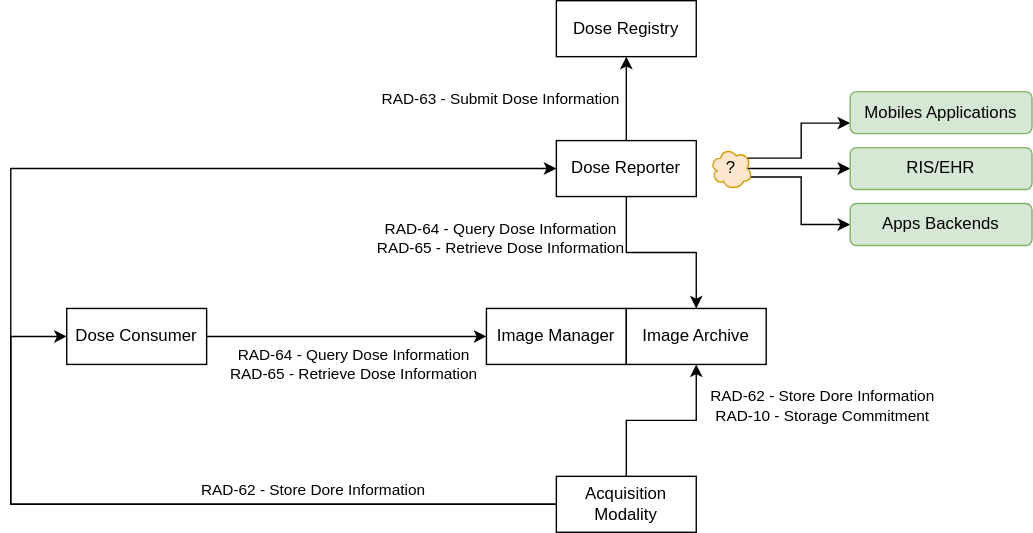
Earlier version of the draw.io export input/images/problem.svg (HL7/fhir-radiation-dose-summary-ig). Source tidied: cells renumbered, new cells last; positions are measured from the earlier drawing's top-left corner, leaving out a move shared by most shapes. Its diagram source:
```xml
<mxGraphModel>
  <root>
    <mxCell id="0" />
    <mxCell id="1" parent="0" />
    <mxCell id="2" value="RAD-64 - Query Dose Information&lt;br&gt;RAD-65 - Retrieve Dose Information" style="edgeStyle=orthogonalEdgeStyle;rounded=0;jettySize=auto;html=1;exitX=0.5;exitY=1;exitDx=0;exitDy=0;entryX=0.5;entryY=0;entryDx=0;entryDy=0;" parent="1" edge="1" source="9" target="11">
      <mxGeometry x="-0.54" y="-90" relative="1" as="geometry" />
    </mxCell>
    <mxCell id="3" value="Image Manager" style="rounded=0;whiteSpace=wrap;html=1;" parent="1" vertex="1">
      <mxGeometry x="340" y="220" width="100" height="40" as="geometry" />
    </mxCell>
    <mxCell id="4" style="edgeStyle=orthogonalEdgeStyle;rounded=0;jettySize=auto;html=1;exitX=1;exitY=0.5;exitDx=0;exitDy=0;entryX=0;entryY=0.5;entryDx=0;entryDy=0;" parent="1" edge="1" source="7" target="9">
      <mxGeometry relative="1" as="geometry">
        <Array as="points">
          <mxPoint y="360" />
          <mxPoint y="120" />
        </Array>
      </mxGeometry>
    </mxCell>
    <mxCell id="5" value="RAD-62 - Store Dore Information&lt;br&gt;RAD-10 - Storage Commitment" style="edgeStyle=orthogonalEdgeStyle;rounded=0;jettySize=auto;html=1;exitX=0.5;exitY=0;exitDx=0;exitDy=0;entryX=0.5;entryY=1;entryDx=0;entryDy=0;" parent="1" edge="1" source="7" target="11">
      <mxGeometry x="0.54" y="-90" relative="1" as="geometry" />
    </mxCell>
    <mxCell id="6" value="RAD-62 - Store Dore Information" style="edgeStyle=orthogonalEdgeStyle;rounded=0;jettySize=auto;html=1;exitX=0;exitY=0.5;exitDx=0;exitDy=0;entryX=0;entryY=0.5;entryDx=0;entryDy=0;" parent="1" edge="1" source="7" target="10">
      <mxGeometry x="-0.37" y="-10" relative="1" as="geometry">
        <Array as="points">
          <mxPoint y="360" />
          <mxPoint y="240" />
        </Array>
      </mxGeometry>
    </mxCell>
    <mxCell id="7" value="Acquisition Modality" style="rounded=0;whiteSpace=wrap;html=1;" parent="1" vertex="1">
      <mxGeometry x="390" y="340" width="100" height="40" as="geometry" />
    </mxCell>
    <mxCell id="8" value="RAD-63 - Submit Dose Information" style="edgeStyle=orthogonalEdgeStyle;rounded=0;jettySize=auto;html=1;exitX=0.5;exitY=0;exitDx=0;exitDy=0;entryX=0.5;entryY=1;entryDx=0;entryDy=0;" parent="1" edge="1" source="9" target="13">
      <mxGeometry y="90" relative="1" as="geometry" />
    </mxCell>
    <mxCell id="9" value="Dose Reporter" style="rounded=0;whiteSpace=wrap;html=1;" parent="1" vertex="1">
      <mxGeometry x="390" y="100" width="100" height="40" as="geometry" />
    </mxCell>
    <mxCell id="10" value="Dose Consumer" style="rounded=0;whiteSpace=wrap;html=1;" parent="1" vertex="1">
      <mxGeometry x="40" y="220" width="100" height="40" as="geometry" />
    </mxCell>
    <mxCell id="11" value="Image Archive" style="rounded=0;whiteSpace=wrap;html=1;" parent="1" vertex="1">
      <mxGeometry x="440" y="220" width="100" height="40" as="geometry" />
    </mxCell>
    <mxCell id="12" value="RAD-64 - Query Dose Information&lt;br&gt;RAD-65 - Retrieve Dose Information" style="edgeStyle=orthogonalEdgeStyle;rounded=0;jettySize=auto;html=1;entryX=0;entryY=0.5;entryDx=0;entryDy=0;exitX=1;exitY=0.5;exitDx=0;exitDy=0;" parent="1" edge="1" source="10" target="3">
      <mxGeometry x="0.05" y="-20" relative="1" as="geometry" />
    </mxCell>
    <mxCell id="13" value="Dose Registry" style="rounded=0;whiteSpace=wrap;html=1;" parent="1" vertex="1">
      <mxGeometry x="390" width="100" height="40" as="geometry" />
    </mxCell>
    <mxCell id="14" style="edgeStyle=orthogonalEdgeStyle;rounded=0;jettySize=auto;html=1;exitX=0.88;exitY=0.25;exitDx=0;exitDy=0;exitPerimeter=0;entryX=0;entryY=0.75;entryDx=0;entryDy=0;" parent="1" edge="1" source="17" target="18">
      <mxGeometry relative="1" as="geometry" />
    </mxCell>
    <mxCell id="15" style="edgeStyle=orthogonalEdgeStyle;rounded=0;jettySize=auto;html=1;exitX=0.875;exitY=0.5;exitDx=0;exitDy=0;exitPerimeter=0;entryX=0;entryY=0.5;entryDx=0;entryDy=0;" parent="1" edge="1" source="17" target="19">
      <mxGeometry relative="1" as="geometry" />
    </mxCell>
    <mxCell id="16" style="edgeStyle=orthogonalEdgeStyle;rounded=0;jettySize=auto;html=1;exitX=0.96;exitY=0.7;exitDx=0;exitDy=0;exitPerimeter=0;entryX=0;entryY=0.5;entryDx=0;entryDy=0;" parent="1" edge="1" source="17" target="20">
      <mxGeometry relative="1" as="geometry" />
    </mxCell>
    <mxCell id="17" value="?" style="ellipse;shape=cloud;whiteSpace=wrap;html=1;fillColor=#ffe6cc;strokeColor=#d79b00;" parent="1" vertex="1">
      <mxGeometry x="500" y="105" width="30" height="30" as="geometry" />
    </mxCell>
    <mxCell id="18" value="Mobiles Applications" style="rounded=1;whiteSpace=wrap;html=1;fillColor=#d5e8d4;strokeColor=#82b366;" parent="1" vertex="1">
      <mxGeometry x="600" y="65" width="130" height="30" as="geometry" />
    </mxCell>
    <mxCell id="19" value="RIS/EHR" style="rounded=1;whiteSpace=wrap;html=1;fillColor=#d5e8d4;strokeColor=#82b366;" parent="1" vertex="1">
      <mxGeometry x="600" y="105" width="130" height="30" as="geometry" />
    </mxCell>
    <mxCell id="20" value="Apps Backends" style="rounded=1;whiteSpace=wrap;html=1;fillColor=#d5e8d4;strokeColor=#82b366;" parent="1" vertex="1">
      <mxGeometry x="600" y="145" width="130" height="30" as="geometry" />
    </mxCell>
  </root>
</mxGraphModel>
```
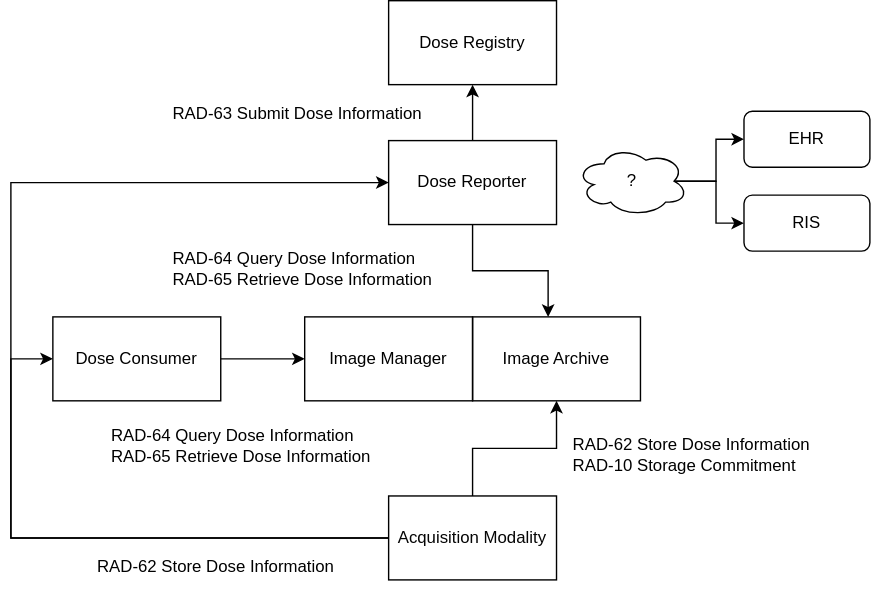
Above is the later version.

What changed in the source:
```diff
@@ -2,72 +2,81 @@
   <root>
     <mxCell id="0" />
     <mxCell id="1" parent="0" />
+    <mxCell id="13" value="&lt;font color=&quot;#000000&quot;&gt;Dose Registry&lt;/font&gt;" style="rounded=0;whiteSpace=wrap;html=1;fillColor=none;strokeColor=#000000;" parent="1" vertex="1">
+      <mxGeometry x="770" y="60" width="120" height="60" as="geometry" />
+    </mxCell>
+    <mxCell id="8" style="edgeStyle=orthogonalEdgeStyle;rounded=0;jettySize=auto;html=1;exitX=0.5;exitY=0;exitDx=0;exitDy=0;entryX=0.5;entryY=1;entryDx=0;entryDy=0;strokeColor=#000000;" parent="1" edge="1" source="9" target="13">
+      <mxGeometry relative="1" as="geometry" />
+    </mxCell>
-    <mxCell id="2" value="RAD-64 - Query Dose Information&lt;br&gt;RAD-65 - Retrieve Dose Information" style="edgeStyle=orthogonalEdgeStyle;rounded=0;jettySize=auto;html=1;exitX=0.5;exitY=1;exitDx=0;exitDy=0;entryX=0.5;entryY=0;entryDx=0;entryDy=0;" parent="1" edge="1" source="9" target="11">
-      <mxGeometry x="-0.54" y="-90" relative="1" as="geometry" />
+    <mxCell id="2" style="edgeStyle=orthogonalEdgeStyle;rounded=0;jettySize=auto;html=1;exitX=0.5;exitY=1;exitDx=0;exitDy=0;entryX=0.45;entryY=0;entryDx=0;entryDy=0;entryPerimeter=0;strokeColor=#000000;" parent="1" edge="1" source="9" target="11">
+      <mxGeometry relative="1" as="geometry" />
     </mxCell>
+    <mxCell id="9" value="&lt;font color=&quot;#000000&quot;&gt;Dose Reporter&lt;/font&gt;" style="rounded=0;whiteSpace=wrap;html=1;fillColor=none;strokeColor=#000000;" parent="1" vertex="1">
+      <mxGeometry x="770" y="160" width="120" height="60" as="geometry" />
+    </mxCell>
-    <mxCell id="3" value="Image Manager" style="rounded=0;whiteSpace=wrap;html=1;" parent="1" vertex="1">
-      <mxGeometry x="340" y="220" width="100" height="40" as="geometry" />
+    <mxCell id="3" value="&lt;font color=&quot;#000000&quot;&gt;Image Manager&lt;/font&gt;" style="rounded=0;whiteSpace=wrap;html=1;fillColor=none;strokeColor=#000000;" parent="1" vertex="1">
+      <mxGeometry x="710" y="286" width="120" height="60" as="geometry" />
     </mxCell>
+    <mxCell id="11" value="&lt;font color=&quot;#000000&quot;&gt;Image Archive&lt;/font&gt;" style="rounded=0;whiteSpace=wrap;html=1;fillColor=none;strokeColor=#000000;" parent="1" vertex="1">
+      <mxGeometry x="830" y="286" width="120" height="60" as="geometry" />
+    </mxCell>
+    <mxCell id="12" style="edgeStyle=orthogonalEdgeStyle;rounded=0;jettySize=auto;html=1;exitX=1;exitY=0.5;exitDx=0;exitDy=0;entryX=0;entryY=0.5;entryDx=0;entryDy=0;strokeColor=#000000;" parent="1" edge="1" source="10" target="3">
+      <mxGeometry relative="1" as="geometry" />
+    </mxCell>
+    <mxCell id="10" value="&lt;font color=&quot;#000000&quot;&gt;Dose Consumer&lt;/font&gt;" style="rounded=0;whiteSpace=wrap;html=1;fillColor=none;strokeColor=#000000;" parent="1" vertex="1">
+      <mxGeometry x="530" y="286" width="120" height="60" as="geometry" />
+    </mxCell>
+    <mxCell id="6" style="edgeStyle=orthogonalEdgeStyle;rounded=0;jettySize=auto;html=1;exitX=0;exitY=0.5;exitDx=0;exitDy=0;entryX=0;entryY=0.5;entryDx=0;entryDy=0;strokeColor=#000000;" parent="1" edge="1" source="7" target="10">
+      <mxGeometry relative="1" as="geometry">
+        <Array as="points">
+          <mxPoint x="500" y="444" />
+          <mxPoint x="500" y="316" />
+        </Array>
+      </mxGeometry>
+    </mxCell>
-    <mxCell id="4" style="edgeStyle=orthogonalEdgeStyle;rounded=0;jettySize=auto;html=1;exitX=1;exitY=0.5;exitDx=0;exitDy=0;entryX=0;entryY=0.5;entryDx=0;entryDy=0;" parent="1" edge="1" source="7" target="9">
+    <mxCell id="4" style="edgeStyle=orthogonalEdgeStyle;rounded=0;jettySize=auto;html=1;entryX=0;entryY=0.5;entryDx=0;entryDy=0;exitX=0;exitY=0.5;exitDx=0;exitDy=0;strokeColor=#000000;" parent="1" edge="1" source="7" target="9">
       <mxGeometry relative="1" as="geometry">
         <Array as="points">
-          <mxPoint y="360" />
-          <mxPoint y="120" />
+          <mxPoint x="500" y="444" />
+          <mxPoint x="500" y="190" />
         </Array>
       </mxGeometry>
     </mxCell>
-    <mxCell id="5" value="RAD-62 - Store Dore Information&lt;br&gt;RAD-10 - Storage Commitment" style="edgeStyle=orthogonalEdgeStyle;rounded=0;jettySize=auto;html=1;exitX=0.5;exitY=0;exitDx=0;exitDy=0;entryX=0.5;entryY=1;entryDx=0;entryDy=0;" parent="1" edge="1" source="7" target="11">
-      <mxGeometry x="0.54" y="-90" relative="1" as="geometry" />
+    <mxCell id="5" style="edgeStyle=orthogonalEdgeStyle;rounded=0;jettySize=auto;html=1;exitX=0.5;exitY=0;exitDx=0;exitDy=0;entryX=0.5;entryY=1;entryDx=0;entryDy=0;strokeColor=#000000;" parent="1" edge="1" source="7" target="11">
+      <mxGeometry relative="1" as="geometry" />
     </mxCell>
-    <mxCell id="6" value="RAD-62 - Store Dore Information" style="edgeStyle=orthogonalEdgeStyle;rounded=0;jettySize=auto;html=1;exitX=0;exitY=0.5;exitDx=0;exitDy=0;entryX=0;entryY=0.5;entryDx=0;entryDy=0;" parent="1" edge="1" source="7" target="10">
-      <mxGeometry x="-0.37" y="-10" relative="1" as="geometry">
-        <Array as="points">
-          <mxPoint y="360" />
-          <mxPoint y="240" />
-        </Array>
-      </mxGeometry>
-    </mxCell>
-    <mxCell id="7" value="Acquisition Modality" style="rounded=0;whiteSpace=wrap;html=1;" parent="1" vertex="1">
-      <mxGeometry x="390" y="340" width="100" height="40" as="geometry" />
+    <mxCell id="7" value="&lt;font color=&quot;#050505&quot;&gt;Acquisition Modality&lt;/font&gt;" style="rounded=0;whiteSpace=wrap;html=1;fillColor=none;strokeColor=#000000;" parent="1" vertex="1">
+      <mxGeometry x="770" y="414" width="120" height="60" as="geometry" />
     </mxCell>
-    <mxCell id="8" value="RAD-63 - Submit Dose Information" style="edgeStyle=orthogonalEdgeStyle;rounded=0;jettySize=auto;html=1;exitX=0.5;exitY=0;exitDx=0;exitDy=0;entryX=0.5;entryY=1;entryDx=0;entryDy=0;" parent="1" edge="1" source="9" target="13">
-      <mxGeometry y="90" relative="1" as="geometry" />
-    </mxCell>
-    <mxCell id="9" value="Dose Reporter" style="rounded=0;whiteSpace=wrap;html=1;" parent="1" vertex="1">
-      <mxGeometry x="390" y="100" width="100" height="40" as="geometry" />
-    </mxCell>
-    <mxCell id="10" value="Dose Consumer" style="rounded=0;whiteSpace=wrap;html=1;" parent="1" vertex="1">
-      <mxGeometry x="40" y="220" width="100" height="40" as="geometry" />
-    </mxCell>
-    <mxCell id="11" value="Image Archive" style="rounded=0;whiteSpace=wrap;html=1;" parent="1" vertex="1">
-      <mxGeometry x="440" y="220" width="100" height="40" as="geometry" />
-    </mxCell>
-    <mxCell id="12" value="RAD-64 - Query Dose Information&lt;br&gt;RAD-65 - Retrieve Dose Information" style="edgeStyle=orthogonalEdgeStyle;rounded=0;jettySize=auto;html=1;entryX=0;entryY=0.5;entryDx=0;entryDy=0;exitX=1;exitY=0.5;exitDx=0;exitDy=0;" parent="1" edge="1" source="10" target="3">
-      <mxGeometry x="0.05" y="-20" relative="1" as="geometry" />
-    </mxCell>
-    <mxCell id="13" value="Dose Registry" style="rounded=0;whiteSpace=wrap;html=1;" parent="1" vertex="1">
-      <mxGeometry x="390" width="100" height="40" as="geometry" />
-    </mxCell>
-    <mxCell id="14" style="edgeStyle=orthogonalEdgeStyle;rounded=0;jettySize=auto;html=1;exitX=0.88;exitY=0.25;exitDx=0;exitDy=0;exitPerimeter=0;entryX=0;entryY=0.75;entryDx=0;entryDy=0;" parent="1" edge="1" source="17" target="18">
-      <mxGeometry relative="1" as="geometry" />
-    </mxCell>
-    <mxCell id="15" style="edgeStyle=orthogonalEdgeStyle;rounded=0;jettySize=auto;html=1;exitX=0.875;exitY=0.5;exitDx=0;exitDy=0;exitPerimeter=0;entryX=0;entryY=0.5;entryDx=0;entryDy=0;" parent="1" edge="1" source="17" target="19">
-      <mxGeometry relative="1" as="geometry" />
-    </mxCell>
-    <mxCell id="16" style="edgeStyle=orthogonalEdgeStyle;rounded=0;jettySize=auto;html=1;exitX=0.96;exitY=0.7;exitDx=0;exitDy=0;exitPerimeter=0;entryX=0;entryY=0.5;entryDx=0;entryDy=0;" parent="1" edge="1" source="17" target="20">
-      <mxGeometry relative="1" as="geometry" />
-    </mxCell>
+    <mxCell id="21" style="edgeStyle=orthogonalEdgeStyle;rounded=0;jettySize=auto;html=1;exitX=0.875;exitY=0.5;exitDx=0;exitDy=0;exitPerimeter=0;strokeColor=#000000;" parent="1" edge="1" source="17" target="23">
+      <mxGeometry relative="1" as="geometry" />
+    </mxCell>
+    <mxCell id="22" style="edgeStyle=orthogonalEdgeStyle;rounded=0;jettySize=auto;html=1;entryX=0;entryY=0.5;entryDx=0;entryDy=0;exitX=0.875;exitY=0.5;exitDx=0;exitDy=0;exitPerimeter=0;strokeColor=#000000;" parent="1" edge="1" source="17" target="24">
+      <mxGeometry relative="1" as="geometry" />
+    </mxCell>
-    <mxCell id="17" value="?" style="ellipse;shape=cloud;whiteSpace=wrap;html=1;fillColor=#ffe6cc;strokeColor=#d79b00;" parent="1" vertex="1">
-      <mxGeometry x="500" y="105" width="30" height="30" as="geometry" />
+    <mxCell id="17" value="?" style="ellipse;shape=cloud;whiteSpace=wrap;html=1;fontColor=#000000;strokeColor=#000000;fillColor=none;" parent="1" vertex="1">
+      <mxGeometry x="904" y="164" width="80" height="50" as="geometry" />
     </mxCell>
-    <mxCell id="18" value="Mobiles Applications" style="rounded=1;whiteSpace=wrap;html=1;fillColor=#d5e8d4;strokeColor=#82b366;" parent="1" vertex="1">
-      <mxGeometry x="600" y="65" width="130" height="30" as="geometry" />
-    </mxCell>
-    <mxCell id="19" value="RIS/EHR" style="rounded=1;whiteSpace=wrap;html=1;fillColor=#d5e8d4;strokeColor=#82b366;" parent="1" vertex="1">
-      <mxGeometry x="600" y="105" width="130" height="30" as="geometry" />
-    </mxCell>
-    <mxCell id="20" value="Apps Backends" style="rounded=1;whiteSpace=wrap;html=1;fillColor=#d5e8d4;strokeColor=#82b366;" parent="1" vertex="1">
-      <mxGeometry x="600" y="145" width="130" height="30" as="geometry" />
-    </mxCell>
+    <mxCell id="23" value="EHR" style="rounded=1;whiteSpace=wrap;html=1;fontColor=#000000;strokeColor=#000000;fillColor=none;" parent="1" vertex="1">
+      <mxGeometry x="1024" y="139" width="90" height="40" as="geometry" />
+    </mxCell>
+    <mxCell id="24" value="RIS" style="rounded=1;whiteSpace=wrap;html=1;fontColor=#000000;strokeColor=#000000;fillColor=none;" parent="1" vertex="1">
+      <mxGeometry x="1024" y="199" width="90" height="40" as="geometry" />
+    </mxCell>
+    <mxCell id="25" value="RAD-64&amp;nbsp;Query Dose Information&lt;br&gt;RAD-65 Retrieve Dose Information" style="rounded=0;whiteSpace=wrap;html=1;strokeColor=none;align=left;fillColor=none;fontColor=#000000;" parent="1" vertex="1">
+      <mxGeometry x="614" y="222" width="210" height="60" as="geometry" />
+    </mxCell>
+    <mxCell id="26" value="RAD-63&amp;nbsp;Submit Dose Information" style="rounded=0;whiteSpace=wrap;html=1;strokeColor=none;align=left;fillColor=none;fontColor=#000000;" parent="1" vertex="1">
+      <mxGeometry x="614" y="126" width="200" height="30" as="geometry" />
+    </mxCell>
+    <mxCell id="27" value="RAD-64&amp;nbsp;Query Dose Information&lt;br&gt;RAD-65 Retrieve Dose Information" style="rounded=0;whiteSpace=wrap;html=1;strokeColor=none;align=left;fillColor=none;fontColor=#000000;" parent="1" vertex="1">
+      <mxGeometry x="570" y="350" width="210" height="56" as="geometry" />
+    </mxCell>
+    <mxCell id="28" value="RAD-62 Store Dose Information" style="rounded=0;whiteSpace=wrap;html=1;strokeColor=none;align=left;fillColor=none;fontColor=#000000;" parent="1" vertex="1">
+      <mxGeometry x="560" y="450" width="176" height="30" as="geometry" />
+    </mxCell>
+    <mxCell id="29" value="&lt;font color=&quot;#000000&quot;&gt;RAD-62 Store Dose Information&lt;br&gt;RAD-10 Storage Commitment&lt;/font&gt;" style="rounded=0;whiteSpace=wrap;html=1;strokeColor=none;align=left;fillColor=none;" parent="1" vertex="1">
+      <mxGeometry x="900" y="370" width="176" height="30" as="geometry" />
+    </mxCell>
   </root>
 </mxGraphModel>
```
